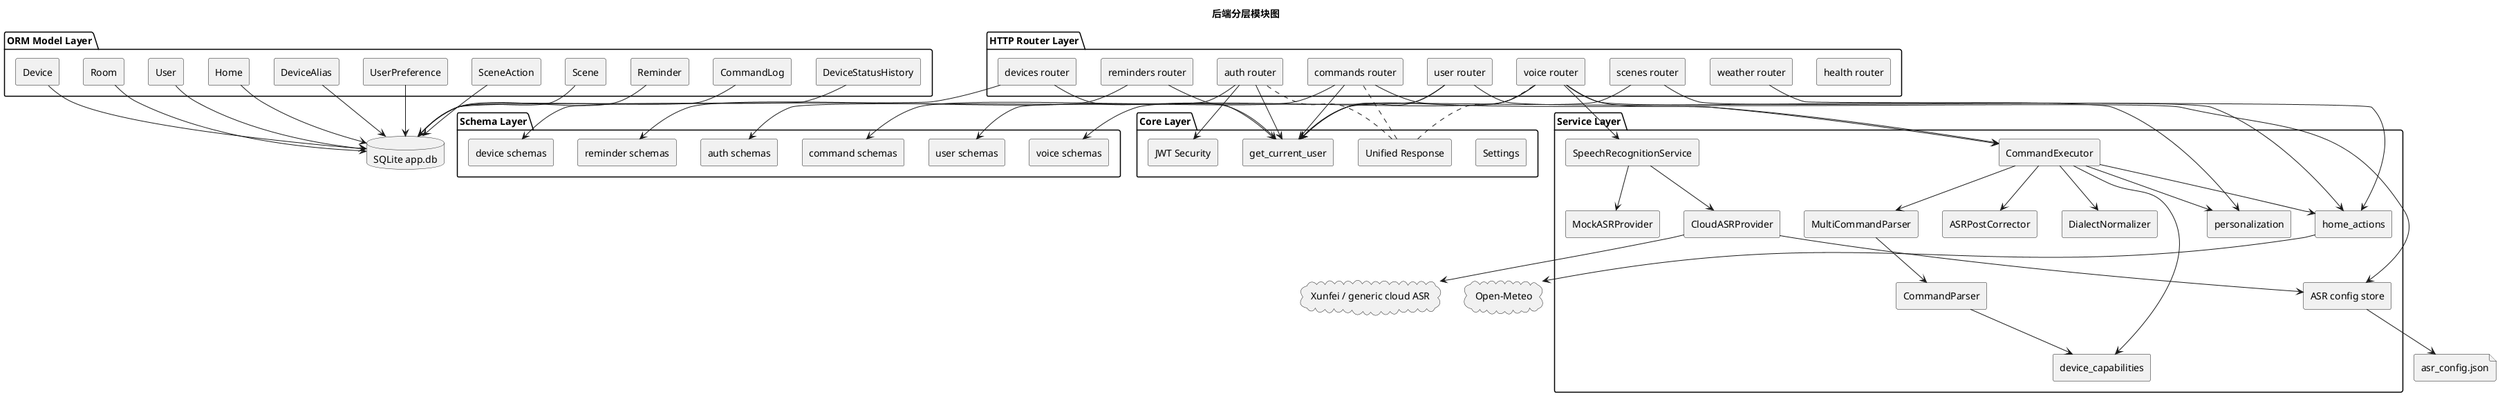
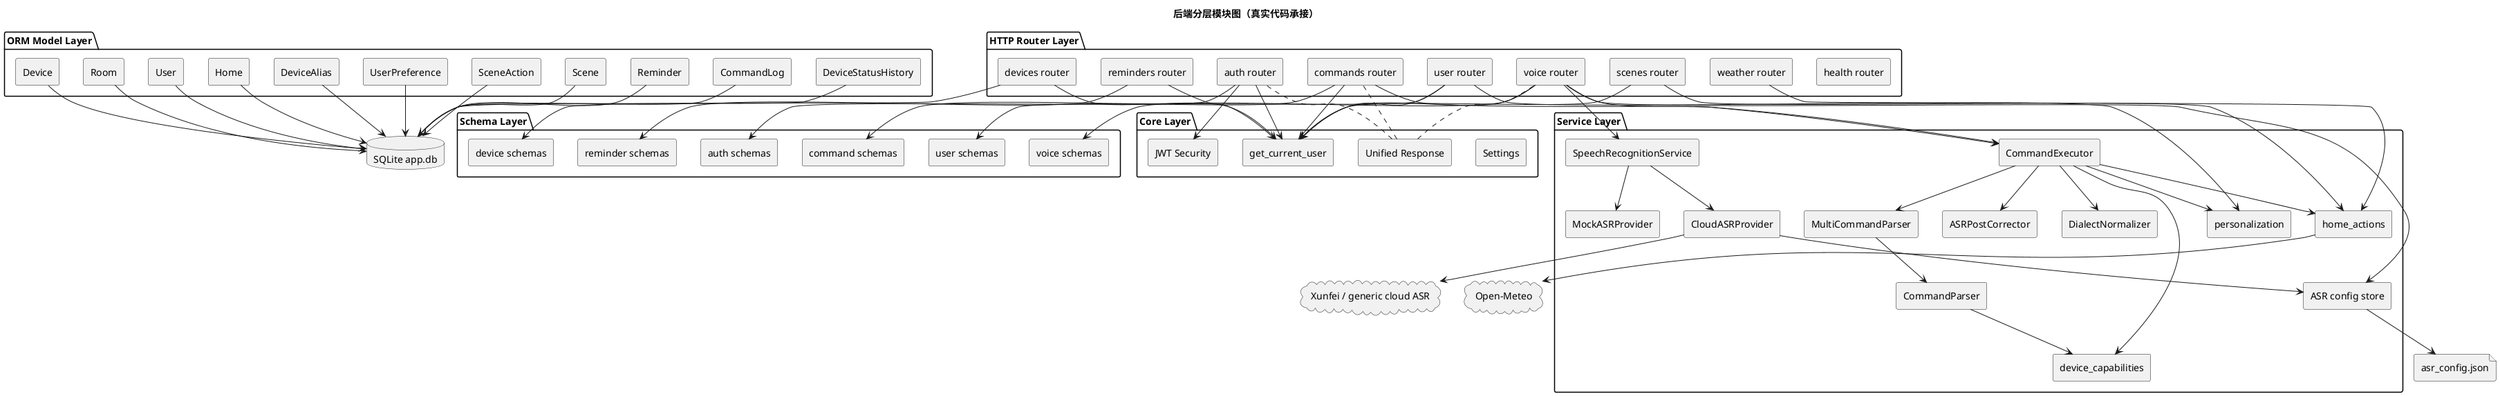
@startuml
- title 后端分层模块图
+ title 后端分层模块图（真实代码承接）
skinparam componentStyle rectangle

package "HTTP Router Layer" {
  [health router]
  [auth router]
  [devices router]
  [commands router]
  [voice router]
  [user router]
  [reminders router]
  [weather router]
  [scenes router]
}

package "Schema Layer" {
  [auth schemas]
  [device schemas]
  [command schemas]
  [voice schemas]
  [user schemas]
  [reminder schemas]
}

package "Core Layer" {
  [Settings]
  [JWT Security]
  [get_current_user]
  [Unified Response]
}

package "Service Layer" {
  [SpeechRecognitionService]
  [CloudASRProvider]
  [MockASRProvider]
  [ASR config store]
  [ASRPostCorrector]
  [DialectNormalizer]
  [MultiCommandParser]
  [CommandParser]
  [device_capabilities]
  [CommandExecutor]
  [personalization]
  [home_actions]
}

package "ORM Model Layer" {
  [Home]
  [User]
  [Room]
  [Device]
  [DeviceStatusHistory]
  [CommandLog]
  [Reminder]
  [Scene]
  [SceneAction]
  [UserPreference]
  [DeviceAlias]
}

database "SQLite app.db" as DB
file "asr_config.json" as ConfigFile
cloud "Xunfei / generic cloud ASR" as CloudASR
cloud "Open-Meteo" as Weather

[auth router] --> [auth schemas]
[auth router] --> [JWT Security]
[devices router] --> [device schemas]
[commands router] --> [command schemas]
[voice router] --> [voice schemas]
[user router] --> [user schemas]
[reminders router] --> [reminder schemas]

[auth router] --> [get_current_user]
[devices router] --> [get_current_user]
[commands router] --> [get_current_user]
[voice router] --> [get_current_user]
[user router] --> [get_current_user]
[reminders router] --> [get_current_user]
[scenes router] --> [get_current_user]

[commands router] --> [CommandExecutor]
[voice router] --> [SpeechRecognitionService]
[voice router] --> [CommandExecutor]
[voice router] --> [ASR config store]
[user router] --> [personalization]
[weather router] --> [home_actions]
[scenes router] --> [home_actions]

[SpeechRecognitionService] --> [CloudASRProvider]
[SpeechRecognitionService] --> [MockASRProvider]
[CloudASRProvider] --> [ASR config store]
[ASR config store] --> ConfigFile
[CloudASRProvider] --> CloudASR
[CommandExecutor] --> [personalization]
[CommandExecutor] --> [ASRPostCorrector]
[CommandExecutor] --> [DialectNormalizer]
[CommandExecutor] --> [MultiCommandParser]
[MultiCommandParser] --> [CommandParser]
[CommandParser] --> [device_capabilities]
[CommandExecutor] --> [device_capabilities]
[CommandExecutor] --> [home_actions]
[home_actions] --> Weather

[Home] --> DB
[User] --> DB
[Room] --> DB
[Device] --> DB
[DeviceStatusHistory] --> DB
[CommandLog] --> DB
[Reminder] --> DB
[Scene] --> DB
[SceneAction] --> DB
[UserPreference] --> DB
[DeviceAlias] --> DB

[Unified Response] .. [auth router]
[Unified Response] .. [commands router]
[Unified Response] .. [voice router]
@enduml
